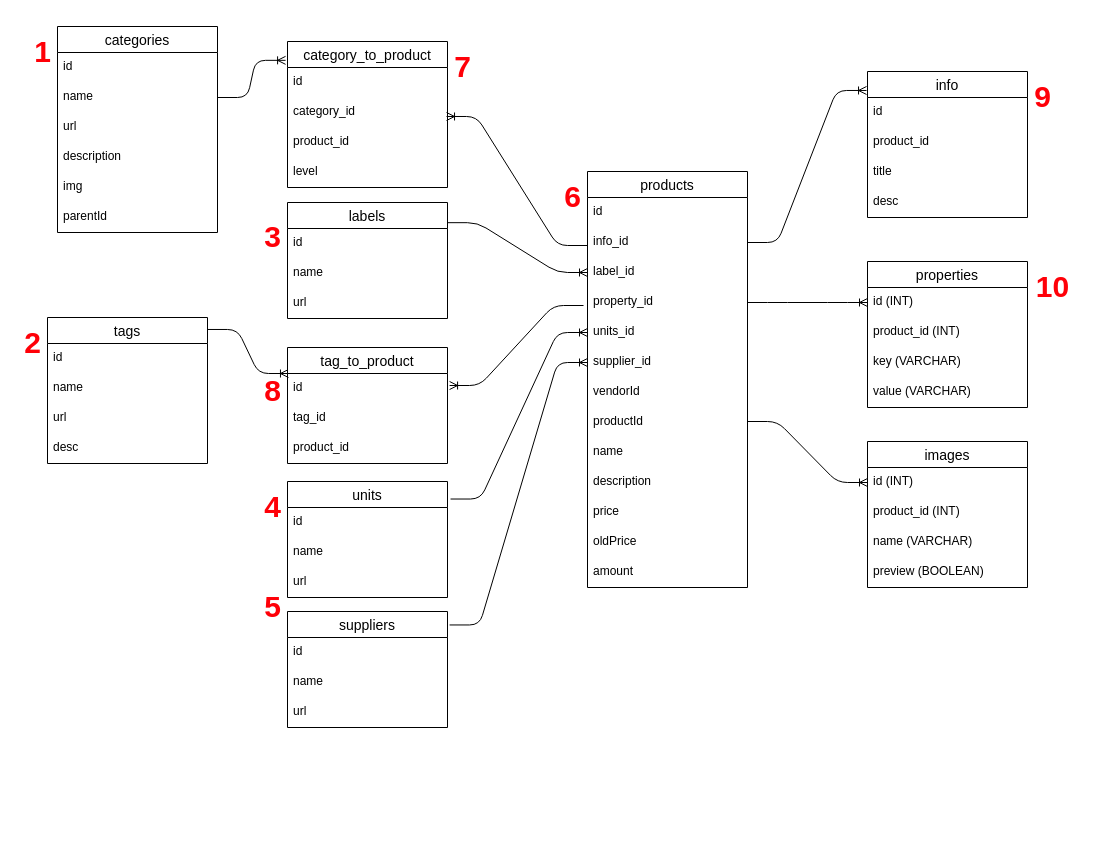
This is src/db/model/PERN-PostgresSQL-Sheme.drawio from AndrewDrewDev/PERN-Backend-eCommerce, a draw.io file, before an edit. Source tidied: cells renumbered, new cells numbered last; positions are measured from the earlier drawing's top-left corner, leaving out a move shared by most shapes. Both pictures are drawn from the tidied source at 100%, with x=0, y=0 at pixel (17, 26).
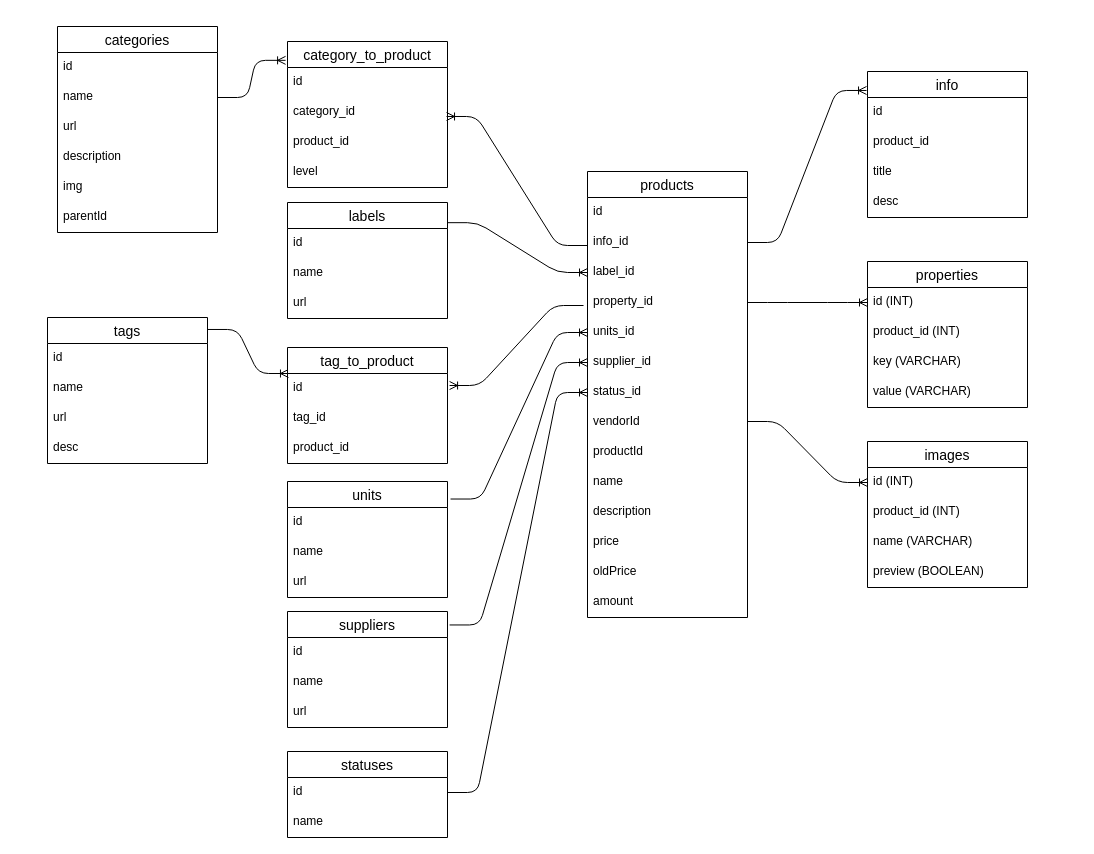
The same diagram, later.

Diff of the diagram source:
```diff
@@
     <mxCell id="2" value="products" style="swimlane;fontStyle=0;horizontal=1;startSize=26;align=center;fontSize=14;" parent="1" vertex="1">
-      <mxGeometry x="570" y="145" width="160" height="416" as="geometry" />
+      <mxGeometry x="570" y="145" width="160" height="446" as="geometry" />
     </mxCell>
@@
+    <mxCell id="84" value="status_id" style="text;strokeColor=none;fillColor=none;spacingLeft=4;spacingRight=4;overflow=hidden;points=[[0,0.5],[1,0.5]];portConstraint=eastwest;fontSize=12;" parent="2" vertex="1">
+      <mxGeometry y="206" width="160" height="30" as="geometry" />
+    </mxCell>
     <mxCell id="9" value="vendorId" style="text;strokeColor=none;fillColor=none;spacingLeft=4;spacingRight=4;overflow=hidden;fontSize=12;" parent="2" vertex="1">
-      <mxGeometry y="206" width="160" height="30" as="geometry" />
+      <mxGeometry y="236" width="160" height="30" as="geometry" />
     </mxCell>
     <mxCell id="10" value="productId" style="text;strokeColor=none;fillColor=none;spacingLeft=4;spacingRight=4;overflow=hidden;fontSize=12;" parent="2" vertex="1">
-      <mxGeometry y="236" width="160" height="30" as="geometry" />
+      <mxGeometry y="266" width="160" height="30" as="geometry" />
     </mxCell>
     <mxCell id="11" value="name" style="text;strokeColor=none;fillColor=none;spacingLeft=4;spacingRight=4;overflow=hidden;fontSize=12;" parent="2" vertex="1">
-      <mxGeometry y="266" width="160" height="30" as="geometry" />
+      <mxGeometry y="296" width="160" height="30" as="geometry" />
     </mxCell>
     <mxCell id="12" value="description" style="text;strokeColor=none;fillColor=none;spacingLeft=4;spacingRight=4;overflow=hidden;fontSize=12;" parent="2" vertex="1">
-      <mxGeometry y="296" width="160" height="30" as="geometry" />
+      <mxGeometry y="326" width="160" height="30" as="geometry" />
     </mxCell>
     <mxCell id="13" value="price" style="text;strokeColor=none;fillColor=none;spacingLeft=4;spacingRight=4;overflow=hidden;fontSize=12;" parent="2" vertex="1">
-      <mxGeometry y="326" width="160" height="30" as="geometry" />
+      <mxGeometry y="356" width="160" height="30" as="geometry" />
     </mxCell>
     <mxCell id="14" value="oldPrice" style="text;strokeColor=none;fillColor=none;spacingLeft=4;spacingRight=4;overflow=hidden;fontSize=12;" parent="2" vertex="1">
-      <mxGeometry y="356" width="160" height="30" as="geometry" />
+      <mxGeometry y="386" width="160" height="30" as="geometry" />
     </mxCell>
     <mxCell id="15" value="amount" style="text;strokeColor=none;fillColor=none;spacingLeft=4;spacingRight=4;overflow=hidden;fontSize=12;" parent="2" vertex="1">
-      <mxGeometry y="386" width="160" height="30" as="geometry" />
+      <mxGeometry y="416" width="160" height="30" as="geometry" />
     </mxCell>
@@
-    <mxCell id="66" value="&lt;h1&gt;&lt;font style=&quot;font-size: 30px&quot;&gt;1&lt;/font&gt;&lt;/h1&gt;" style="text;html=1;align=center;verticalAlign=middle;strokeColor=none;fontColor=#FF0008;" parent="1" vertex="1">
-      <mxGeometry x="10" width="30" height="50" as="geometry" />
-    </mxCell>
-    <mxCell id="67" value="&lt;h1&gt;&lt;font style=&quot;font-size: 30px&quot;&gt;2&lt;/font&gt;&lt;/h1&gt;" style="text;html=1;align=center;verticalAlign=middle;strokeColor=none;fontColor=#FF0008;" parent="1" vertex="1">
-      <mxGeometry y="291" width="30" height="50" as="geometry" />
-    </mxCell>
-    <mxCell id="68" value="&lt;h1&gt;&lt;font style=&quot;font-size: 30px&quot;&gt;3&lt;/font&gt;&lt;/h1&gt;" style="text;html=1;align=center;verticalAlign=middle;strokeColor=none;fontColor=#FF0008;" parent="1" vertex="1">
-      <mxGeometry x="240" y="185" width="30" height="50" as="geometry" />
-    </mxCell>
-    <mxCell id="69" value="&lt;h1&gt;&lt;font style=&quot;font-size: 30px&quot;&gt;4&lt;/font&gt;&lt;/h1&gt;" style="text;html=1;align=center;verticalAlign=middle;strokeColor=none;fontColor=#FF0008;" parent="1" vertex="1">
-      <mxGeometry x="240" y="455" width="30" height="50" as="geometry" />
-    </mxCell>
-    <mxCell id="70" value="&lt;h1&gt;&lt;span style=&quot;font-size: 30px&quot;&gt;5&lt;/span&gt;&lt;/h1&gt;" style="text;html=1;align=center;verticalAlign=middle;strokeColor=none;fontColor=#FF0008;" parent="1" vertex="1">
-      <mxGeometry x="240" y="555" width="30" height="50" as="geometry" />
-    </mxCell>
-    <mxCell id="71" value="&lt;h1&gt;&lt;font style=&quot;font-size: 30px&quot;&gt;6&lt;/font&gt;&lt;/h1&gt;" style="text;html=1;align=center;verticalAlign=middle;strokeColor=none;fontColor=#FF0008;" parent="1" vertex="1">
-      <mxGeometry x="540" y="145" width="30" height="50" as="geometry" />
-    </mxCell>
-    <mxCell id="72" value="&lt;h1&gt;&lt;font style=&quot;font-size: 30px&quot;&gt;7&lt;/font&gt;&lt;/h1&gt;" style="text;html=1;align=center;verticalAlign=middle;strokeColor=none;fontColor=#FF0008;" parent="1" vertex="1">
-      <mxGeometry x="430" y="15" width="30" height="50" as="geometry" />
-    </mxCell>
-    <mxCell id="73" value="&lt;h1&gt;&lt;font style=&quot;font-size: 30px&quot;&gt;8&lt;/font&gt;&lt;/h1&gt;" style="text;html=1;align=center;verticalAlign=middle;strokeColor=none;fontColor=#FF0008;" parent="1" vertex="1">
-      <mxGeometry x="240" y="339" width="30" height="50" as="geometry" />
-    </mxCell>
-    <mxCell id="74" value="&lt;h1&gt;&lt;font style=&quot;font-size: 30px&quot;&gt;10&lt;/font&gt;&lt;/h1&gt;" style="text;html=1;align=center;verticalAlign=middle;strokeColor=none;fontColor=#FF0008;" parent="1" vertex="1">
-      <mxGeometry x="1010" y="235" width="50" height="50" as="geometry" />
-    </mxCell>
-    <mxCell id="75" value="&lt;h1&gt;&lt;font style=&quot;font-size: 30px&quot;&gt;9&lt;/font&gt;&lt;/h1&gt;" style="text;html=1;align=center;verticalAlign=middle;strokeColor=none;fontColor=#FF0008;" parent="1" vertex="1">
-      <mxGeometry x="1010" y="45" width="30" height="50" as="geometry" />
-    </mxCell>
@@
+    <mxCell id="85" value="statuses" style="swimlane;fontStyle=0;horizontal=1;startSize=26;align=center;fontSize=14;" parent="1" vertex="1">
+      <mxGeometry x="270" y="725" width="160" height="86" as="geometry" />
+    </mxCell>
+    <mxCell id="86" value="id" style="text;strokeColor=none;fillColor=none;spacingLeft=4;spacingRight=4;overflow=hidden;points=[[0,0.5],[1,0.5]];portConstraint=eastwest;fontSize=12;" parent="85" vertex="1">
+      <mxGeometry y="26" width="160" height="30" as="geometry" />
+    </mxCell>
+    <mxCell id="87" value="name" style="text;strokeColor=none;fillColor=none;spacingLeft=4;spacingRight=4;overflow=hidden;fontSize=12;" parent="85" vertex="1">
+      <mxGeometry y="56" width="160" height="30" as="geometry" />
+    </mxCell>
+    <mxCell id="88" style="edgeStyle=entityRelationEdgeStyle;fontSize=12;html=1;endArrow=ERoneToMany;startSize=13;targetPerimeterSpacing=4;strokeColor=#000000;exitX=1;exitY=0.5;exitDx=0;exitDy=0;entryX=0;entryY=0.5;entryDx=0;entryDy=0;" parent="1" edge="1" source="86" target="84">
+      <mxGeometry relative="1" as="geometry" />
+    </mxCell>
```
